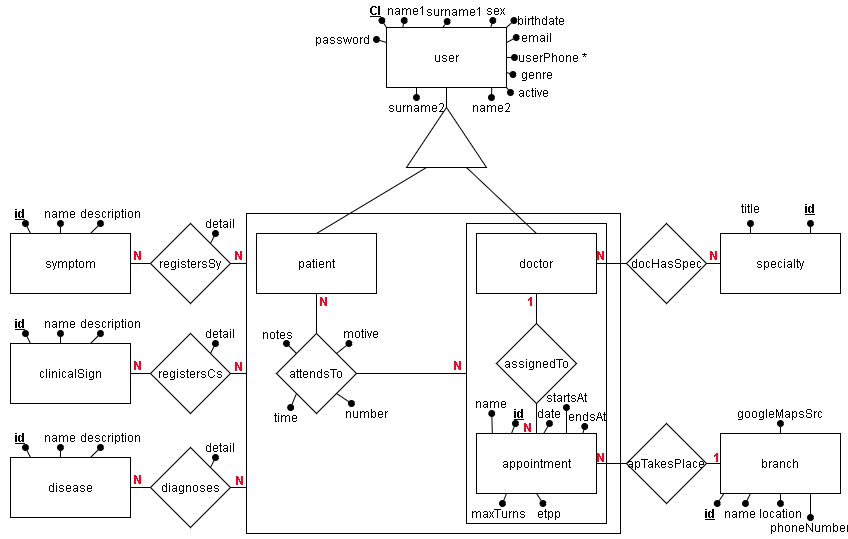
Before: documentation/design/DB/Meedikal Light.png, a diagram exported from draw.io (system32uwu/Meedikal). Source tidied: cells renumbered, new cells last; positions are measured from the earlier drawing's top-left corner, leaving out a move shared by most shapes.
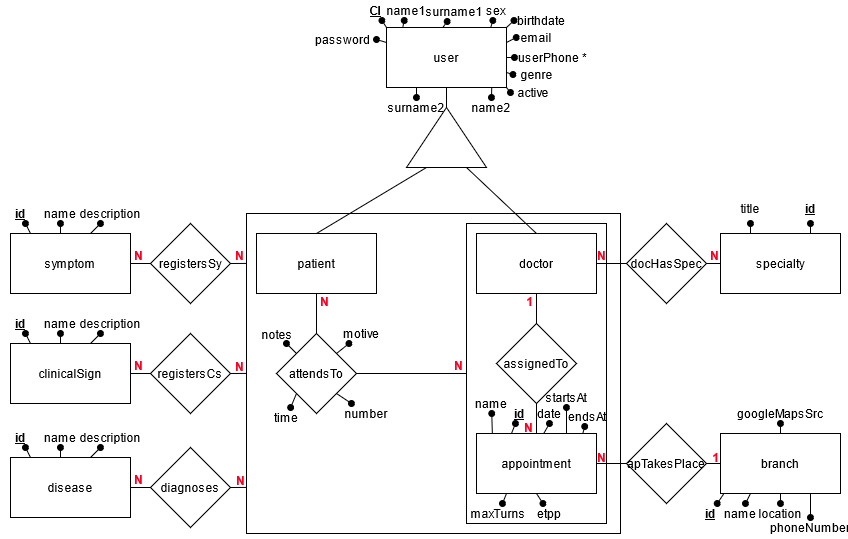
Above is the later version.

What changed in the source:
```diff
@@ -146,12 +146,6 @@
     <mxCell id="47" style="endArrow=none;html=1;entryX=0;entryY=0.156;entryDx=0;entryDy=0;entryPerimeter=0;exitX=1;exitY=0.5;exitDx=0;exitDy=0;" parent="1" edge="1" source="45" target="2">
       <mxGeometry relative="1" as="geometry" />
     </mxCell>
-    <mxCell id="48" style="endArrow=oval;html=1;endFill=1;exitX=1;exitY=0;exitDx=0;exitDy=0;" parent="1" edge="1" source="45" target="49">
-      <mxGeometry relative="1" as="geometry" />
-    </mxCell>
-    <mxCell id="49" value="detail" style="text;html=1;strokeColor=none;fillColor=none;align=center;verticalAlign=middle;whiteSpace=wrap;rounded=0;" parent="1" vertex="1">
-      <mxGeometry x="200" y="213" width="40" height="20" as="geometry" />
-    </mxCell>
     <mxCell id="50" value="clinicalSign" style="rounded=0;whiteSpace=wrap;html=1;" parent="1" vertex="1">
       <mxGeometry x="10" y="343" width="120" height="60" as="geometry" />
     </mxCell>
@@ -190,12 +184,6 @@
         <mxPoint x="246" y="372.9" as="targetPoint" />
       </mxGeometry>
     </mxCell>
-    <mxCell id="60" style="endArrow=oval;html=1;endFill=1;exitX=1;exitY=0;exitDx=0;exitDy=0;" parent="1" edge="1" source="57" target="61">
-      <mxGeometry relative="1" as="geometry" />
-    </mxCell>
-    <mxCell id="61" value="detail" style="text;html=1;strokeColor=none;fillColor=none;align=center;verticalAlign=middle;whiteSpace=wrap;rounded=0;" parent="1" vertex="1">
-      <mxGeometry x="200" y="323" width="40" height="20" as="geometry" />
-    </mxCell>
     <mxCell id="62" value="disease" style="rounded=0;whiteSpace=wrap;html=1;" parent="1" vertex="1">
       <mxGeometry x="10" y="457" width="120" height="60" as="geometry" />
     </mxCell>
@@ -234,12 +222,6 @@
         <mxPoint x="246" y="486.9" as="targetPoint" />
       </mxGeometry>
     </mxCell>
-    <mxCell id="72" style="endArrow=oval;html=1;endFill=1;exitX=1;exitY=0;exitDx=0;exitDy=0;" parent="1" edge="1" source="69" target="73">
-      <mxGeometry relative="1" as="geometry" />
-    </mxCell>
-    <mxCell id="73" value="detail" style="text;html=1;strokeColor=none;fillColor=none;align=center;verticalAlign=middle;whiteSpace=wrap;rounded=0;fontColor=default;" parent="1" vertex="1">
-      <mxGeometry x="200" y="437" width="40" height="20" as="geometry" />
-    </mxCell>
     <mxCell id="74" value="&lt;div&gt;branch&lt;/div&gt;" style="rounded=0;whiteSpace=wrap;html=1;" parent="1" vertex="1">
       <mxGeometry x="720" y="433" width="120" height="60" as="geometry" />
     </mxCell>
```
